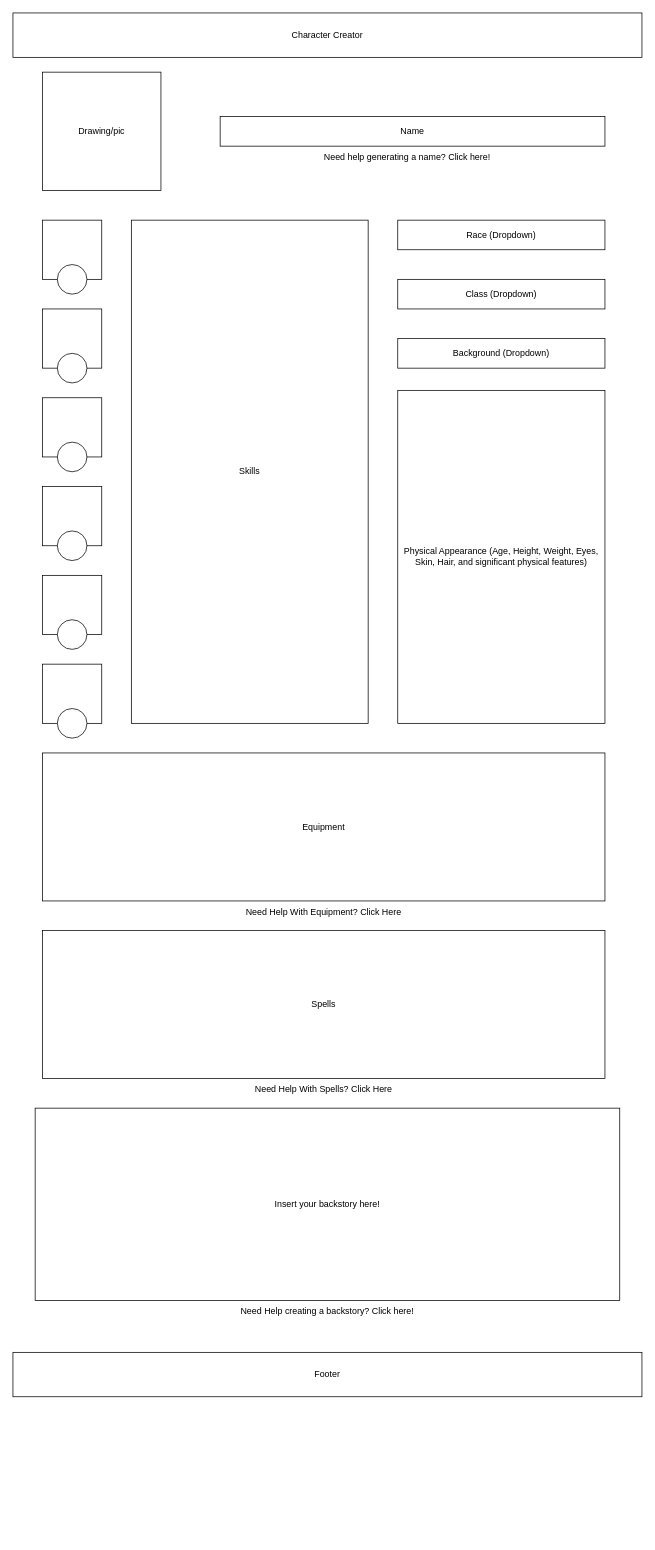
This is page "Character Creator" (2 of 10) of Diagrams/DND_Main_Screen.drawio from aangus98/DND_Organizer, a draw.io file, before an edit. Source tidied: cells renumbered, new cells numbered last; positions are measured from the earlier drawing's top-left corner, leaving out a move shared by most shapes. Both pictures are drawn from the tidied source at 74%, with x=0, y=0 at pixel (13, 13).
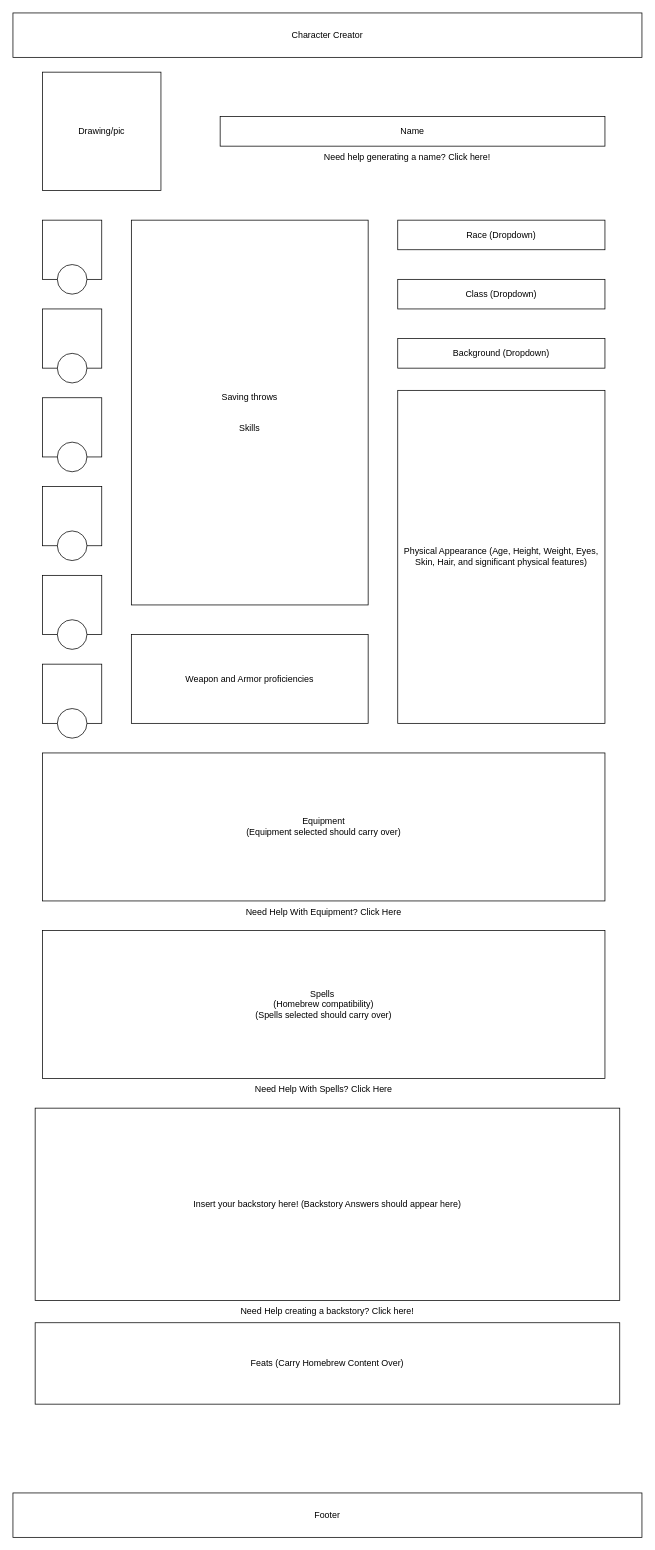
After the change.

The edit, as a diff of the source:
```diff
@@
     <mxCell id="8" value="Footer" style="rounded=0;whiteSpace=wrap;html=1;" parent="1" vertex="1">
-      <mxGeometry y="1810" width="850" height="60" as="geometry" />
+      <mxGeometry y="2000" width="850" height="60" as="geometry" />
     </mxCell>
@@
-    <mxCell id="11" value="Insert your backstory here!" style="rounded=0;whiteSpace=wrap;html=1;" parent="1" vertex="1">
+    <mxCell id="11" value="Insert your backstory here! (Backstory Answers should appear here&lt;span style=&quot;background-color: transparent; color: light-dark(rgb(0, 0, 0), rgb(255, 255, 255));&quot;&gt;)&lt;/span&gt;" style="rounded=0;whiteSpace=wrap;html=1;" parent="1" vertex="1">
       <mxGeometry x="30" y="1480" width="790" height="260" as="geometry" />
     </mxCell>
-    <mxCell id="12" value="Equipment" style="rounded=0;whiteSpace=wrap;html=1;" parent="1" vertex="1">
+    <mxCell id="12" value="Equipment&lt;div&gt;(Equipment selected should carry over)&lt;/div&gt;" style="rounded=0;whiteSpace=wrap;html=1;" parent="1" vertex="1">
       <mxGeometry x="40" y="1000" width="760" height="200" as="geometry" />
     </mxCell>
@@
-    <mxCell id="27" value="Skills" style="rounded=0;whiteSpace=wrap;html=1;" parent="1" vertex="1">
-      <mxGeometry x="160" y="280" width="320" height="680" as="geometry" />
+    <mxCell id="27" value="Saving throws&lt;div&gt;&lt;br&gt;&lt;/div&gt;&lt;div&gt;&lt;br&gt;&lt;/div&gt;&lt;div&gt;Skills&lt;/div&gt;" style="rounded=0;whiteSpace=wrap;html=1;" parent="1" vertex="1">
+      <mxGeometry x="160" y="280" width="320" height="520" as="geometry" />
     </mxCell>
@@
-    <mxCell id="29" value="Spells" style="rounded=0;whiteSpace=wrap;html=1;" parent="1" vertex="1">
+    <mxCell id="29" value="Spells&amp;nbsp;&lt;div&gt;(Homebrew compatibility)&lt;/div&gt;&lt;div&gt;(Spells selected should carry over)&lt;/div&gt;" style="rounded=0;whiteSpace=wrap;html=1;" parent="1" vertex="1">
       <mxGeometry x="40" y="1240" width="760" height="200" as="geometry" />
     </mxCell>
+    <mxCell id="30" value="Feats (Carry Homebrew Content Over)" style="rounded=0;whiteSpace=wrap;html=1;" parent="1" vertex="1">
+      <mxGeometry x="30" y="1770" width="790" height="110" as="geometry" />
+    </mxCell>
+    <mxCell id="31" value="Weapon and Armor proficiencies" style="rounded=0;whiteSpace=wrap;html=1;" parent="1" vertex="1">
+      <mxGeometry x="160" y="840" width="320" height="120" as="geometry" />
+    </mxCell>
```
